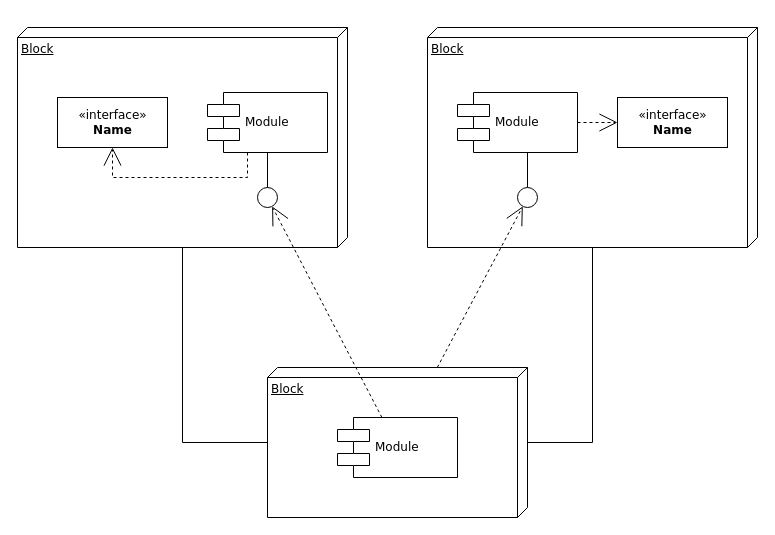
This is codex/Untitled Diagram.drawio from ngnhng/system-design-dump, a draw.io file, before an edit. Source tidied: cells renumbered, new cells numbered last; positions are measured from the earlier drawing's top-left corner, leaving out a move shared by most shapes. Both pictures are drawn from the tidied source at 100%, with x=0, y=0 at pixel (17, 27).
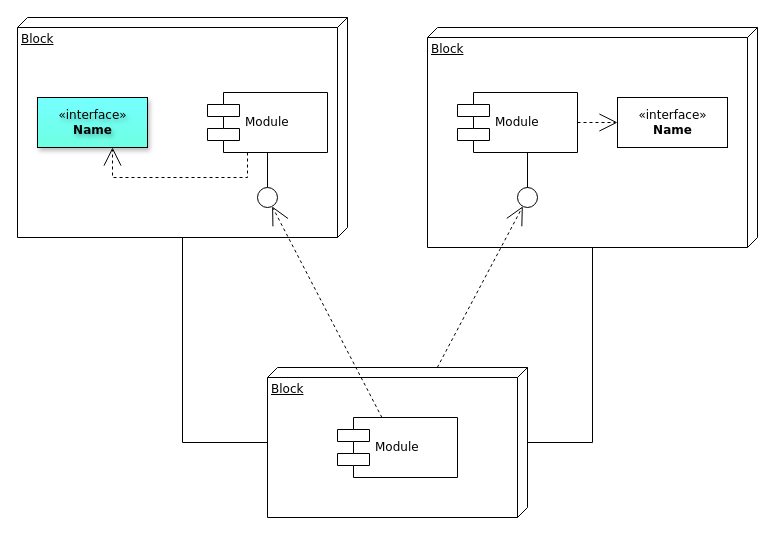
The same diagram, later.

Commit message:
init styling

What changed in the source:
```diff
@@
     <mxCell id="2" value="Block" style="verticalAlign=top;align=left;spacingTop=8;spacingLeft=2;spacingRight=12;shape=cube;size=10;direction=south;fontStyle=4;html=1;rounded=0;shadow=0;comic=0;labelBackgroundColor=none;strokeWidth=1;fontFamily=Verdana;fontSize=12;" parent="1" vertex="1">
-      <mxGeometry width="330" height="220" as="geometry" />
+      <mxGeometry y="-10" width="330" height="220" as="geometry" />
     </mxCell>
@@
-    <mxCell id="5" value="&amp;laquo;interface&amp;raquo;&lt;br&gt;&lt;b&gt;Name&lt;/b&gt;" style="html=1;rounded=0;shadow=0;comic=0;labelBackgroundColor=none;strokeWidth=1;fontFamily=Verdana;fontSize=12;align=center;" parent="1" vertex="1">
-      <mxGeometry x="40" y="70" width="110" height="50" as="geometry" />
+    <mxCell id="5" value="&amp;laquo;interface&amp;raquo;&lt;br&gt;&lt;b&gt;Name&lt;/b&gt;" style="html=1;rounded=0;shadow=1;comic=0;labelBackgroundColor=none;strokeWidth=1;fontFamily=Verdana;fontSize=12;align=center;strokeColor=default;fillColor=#75FFFF;textShadow=1;labelBorderColor=none;glass=0;gradientColor=#6EFFE2;" parent="1" vertex="1">
+      <mxGeometry x="20" y="70" width="110" height="50" as="geometry" />
     </mxCell>
```
